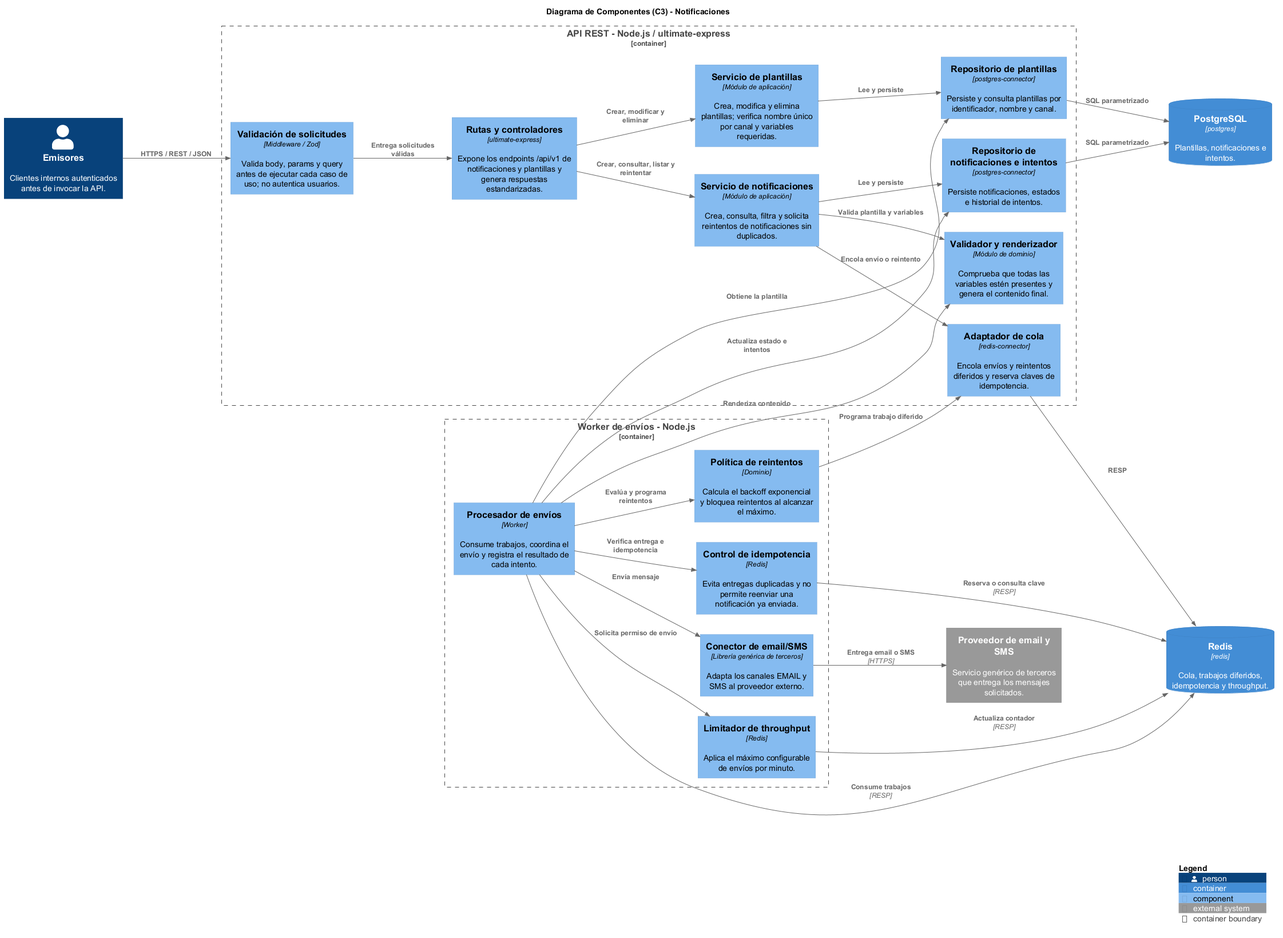
The PlantUML diagram notificaciones-architecture/diagrams/C4/componentes/notificaciones-03-componentes.png in Frosmin/tigoBootcamp, before a commit.
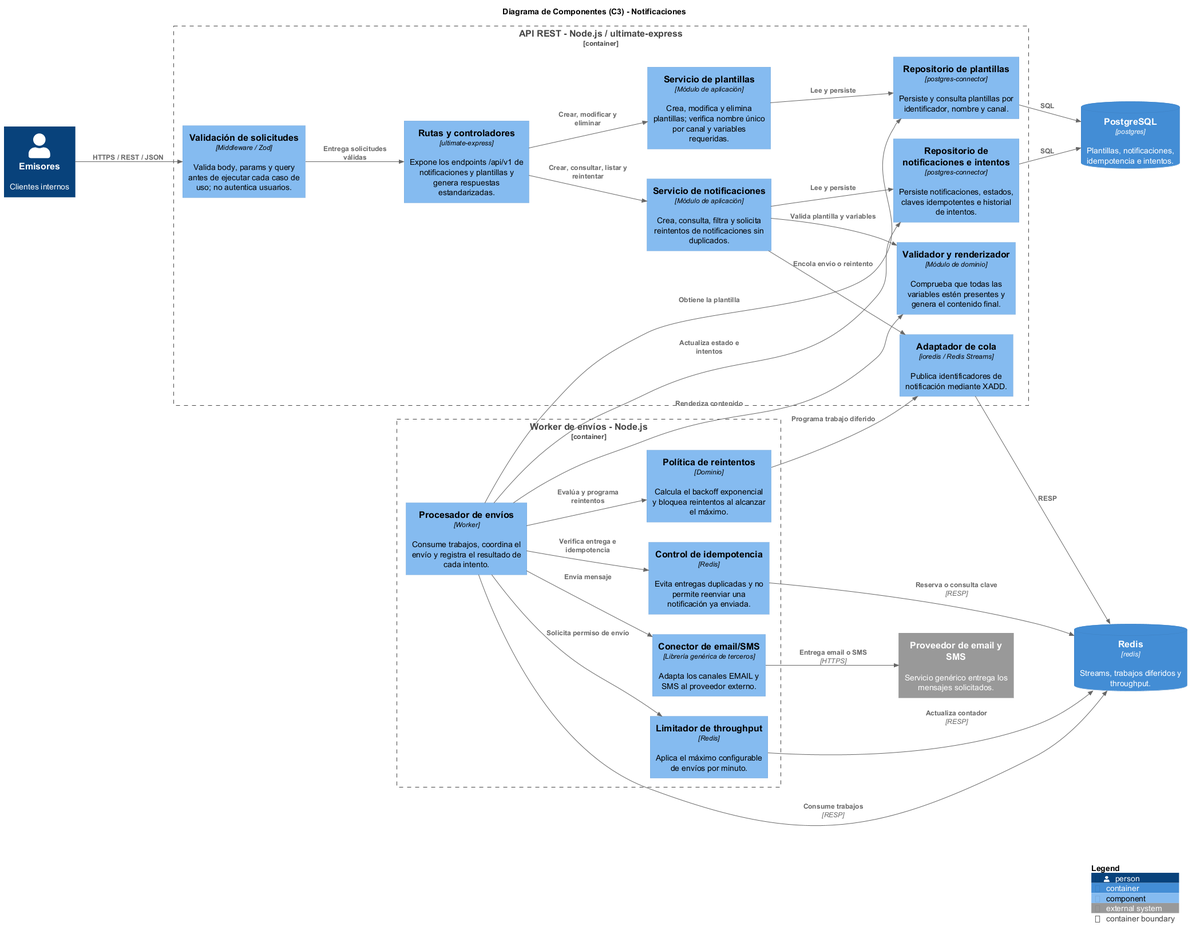
After the change.

Diff of the diagram source:
```diff
@@ -7,10 +7,10 @@
 
 title Diagrama de Componentes (C3) - Notificaciones
 
-Person(emisores, "Emisores", "Clientes internos autenticados antes de invocar la API.")
-System_Ext(proveedor, "Proveedor de email y SMS", "Servicio genérico de terceros que entrega los mensajes solicitados.")
-ContainerDb(db, "PostgreSQL", "postgres", "Plantillas, notificaciones e intentos.")
-ContainerDb(redis, "Redis", "redis", "Cola, trabajos diferidos, idempotencia y throughput.")
+Person(emisores, "Emisores", "Clientes internos")
+System_Ext(proveedor, "Proveedor de email y SMS", "Servicio genérico entrega los mensajes solicitados.")
+ContainerDb(db, "PostgreSQL", "postgres", "Plantillas, notificaciones, idempotencia e intentos.")
+ContainerDb(redis, "Redis", "redis", "Streams, trabajos diferidos y throughput.")
 
 Container_Boundary(api, "API REST - Node.js / ultimate-express") {
     Component(routes, "Rutas y controladores", "ultimate-express", "Expone los endpoints /api/v1 de notificaciones y plantillas y genera respuestas estandarizadas.")
@@ -18,9 +18,9 @@
     Component(notificationService, "Servicio de notificaciones", "Módulo de aplicación", "Crea, consulta, filtra y solicita reintentos de notificaciones sin duplicados.")
     Component(templateService, "Servicio de plantillas", "Módulo de aplicación", "Crea, modifica y elimina plantillas; verifica nombre único por canal y variables requeridas.")
     Component(templateRenderer, "Validador y renderizador", "Módulo de dominio", "Comprueba que todas las variables estén presentes y genera el contenido final.")
-    Component(notificationRepo, "Repositorio de notificaciones e intentos", "postgres-connector", "Persiste notificaciones, estados e historial de intentos.")
+    Component(notificationRepo, "Repositorio de notificaciones e intentos", "postgres-connector", "Persiste notificaciones, estados, claves idempotentes e historial de intentos.")
     Component(templateRepo, "Repositorio de plantillas", "postgres-connector", "Persiste y consulta plantillas por identificador, nombre y canal.")
-    Component(queueAdapter, "Adaptador de cola", "redis-connector", "Encola envíos y reintentos diferidos y reserva claves de idempotencia.")
+    Component(queueAdapter, "Adaptador de cola", "ioredis / Redis Streams", "Publica identificadores de notificación mediante XADD.")
 }
 
 Container_Boundary(worker, "Worker de envíos - Node.js") {
@@ -41,8 +41,8 @@
 Rel(notificationService, queueAdapter, "Encola envío o reintento")
 Rel(templateService, templateRepo, "Lee y persiste")
 
-Rel(notificationRepo, db, "SQL parametrizado")
-Rel(templateRepo, db, "SQL parametrizado")
+Rel(notificationRepo, db, "SQL")
+Rel(templateRepo, db, "SQL")
 Rel(queueAdapter, redis, "RESP")
 
 Rel(dispatchWorker, redis, "Consume trabajos", "RESP")
```
